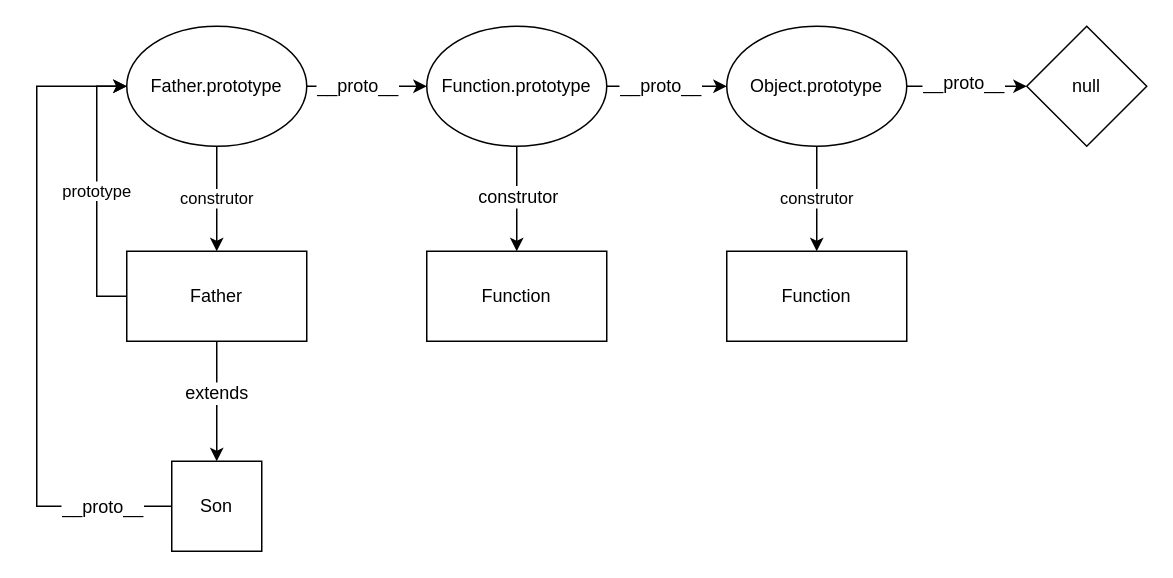
Above: charts/prototype.drawio in goldEli/blog (draw.io), before the change. Source tidied: cells renumbered, new cells numbered last; positions are measured from the earlier drawing's top-left corner, leaving out a move shared by most shapes. Both pictures are drawn from the tidied source at 150%, with x=0, y=0 at pixel (36, 26).
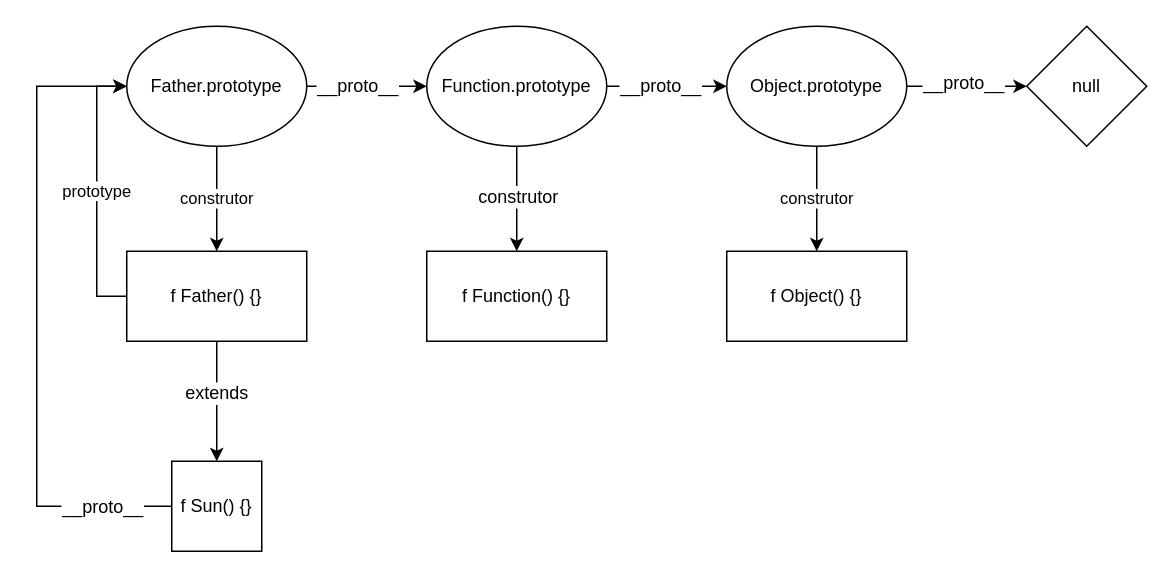
After the change.

What changed in the source:
```diff
@@
-    <mxCell id="5" value="Father" style="rounded=0;whiteSpace=wrap;html=1;" parent="1" vertex="1">
+    <mxCell id="5" value="f Father() {}" style="rounded=0;whiteSpace=wrap;html=1;" parent="1" vertex="1">
       <mxGeometry x="60" y="150" width="120" height="60" as="geometry" />
     </mxCell>
@@
-    <mxCell id="8" value="&lt;div&gt;Son&lt;/div&gt;" style="rounded=0;whiteSpace=wrap;html=1;" parent="1" vertex="1">
+    <mxCell id="8" value="f Sun() {}" style="rounded=0;whiteSpace=wrap;html=1;" parent="1" vertex="1">
       <mxGeometry x="90" y="290" width="60" height="60" as="geometry" />
     </mxCell>
@@
-    <mxCell id="22" value="Function" style="rounded=0;whiteSpace=wrap;html=1;" parent="1" vertex="1">
+    <mxCell id="22" value="f Function() {}" style="rounded=0;whiteSpace=wrap;html=1;" parent="1" vertex="1">
       <mxGeometry x="260" y="150" width="120" height="60" as="geometry" />
     </mxCell>
-    <mxCell id="23" value="Function" style="rounded=0;whiteSpace=wrap;html=1;" parent="1" vertex="1">
+    <mxCell id="23" value="f Object() {}" style="rounded=0;whiteSpace=wrap;html=1;" parent="1" vertex="1">
       <mxGeometry x="460" y="150" width="120" height="60" as="geometry" />
     </mxCell>
```
